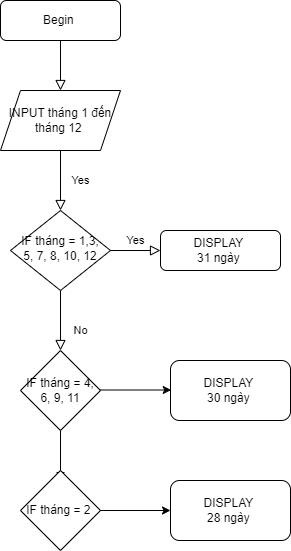
This is ss3_pseudocode/ss3_ex2.png from nnguyen710/C03, a draw.io export, as it was before one commit. Source tidied: cells renumbered, new cells last; positions are measured from the earlier drawing's top-left corner, leaving out a move shared by most shapes.
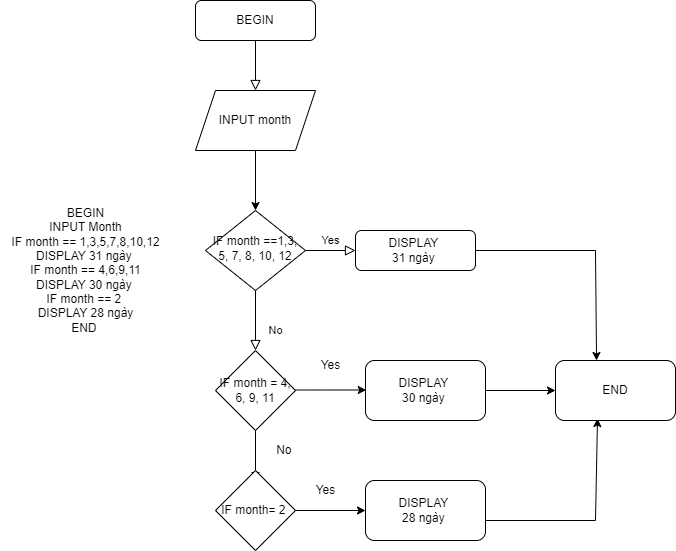
The same diagram one commit later.

Diff of the diagram source:
```diff
@@ -7,12 +7,9 @@
         <mxPoint x="60" y="90" as="targetPoint" />
       </mxGeometry>
     </mxCell>
-    <mxCell id="3" value="Begin&amp;nbsp;" style="rounded=1;whiteSpace=wrap;html=1;fontSize=12;glass=0;strokeWidth=1;shadow=0;" parent="1" vertex="1">
+    <mxCell id="3" value="BEGIN" style="rounded=1;whiteSpace=wrap;html=1;fontSize=12;glass=0;strokeWidth=1;shadow=0;" parent="1" vertex="1">
       <mxGeometry width="120" height="40" as="geometry" />
     </mxCell>
-    <mxCell id="4" value="Yes" style="rounded=0;html=1;jettySize=auto;fontSize=11;endArrow=block;endFill=0;endSize=8;strokeWidth=1;shadow=0;labelBackgroundColor=none;edgeStyle=orthogonalEdgeStyle;exitX=0.5;exitY=1;exitDx=0;exitDy=0;" parent="1" edge="1" source="9" target="7">
-      <mxGeometry y="20" relative="1" as="geometry" />
-    </mxCell>
     <mxCell id="5" value="No" style="rounded=0;html=1;jettySize=auto;fontSize=11;endArrow=block;endFill=0;endSize=8;strokeWidth=1;shadow=0;labelBackgroundColor=none;edgeStyle=orthogonalEdgeStyle;" parent="1" edge="1" source="7">
       <mxGeometry x="0.33" y="20" relative="1" as="geometry">
         <mxPoint x="60" y="350" as="targetPoint" />
@@ -21,13 +18,13 @@
     <mxCell id="6" value="Yes" style="edgeStyle=orthogonalEdgeStyle;rounded=0;html=1;jettySize=auto;fontSize=11;endArrow=block;endFill=0;endSize=8;strokeWidth=1;shadow=0;labelBackgroundColor=none;" parent="1" edge="1" source="7" target="8">
       <mxGeometry y="10" relative="1" as="geometry" />
     </mxCell>
-    <mxCell id="7" value="IF tháng = 1,3, 5, 7, 8, 10, 12" style="rhombus;whiteSpace=wrap;html=1;shadow=0;fontFamily=Helvetica;fontSize=12;align=center;strokeWidth=1;spacing=6;spacingTop=-4;" parent="1" vertex="1">
+    <mxCell id="7" value="IF month ==1,3, 5, 7, 8, 10, 12" style="rhombus;whiteSpace=wrap;html=1;shadow=0;fontFamily=Helvetica;fontSize=12;align=center;strokeWidth=1;spacing=6;spacingTop=-4;" parent="1" vertex="1">
       <mxGeometry x="10" y="210" width="100" height="80" as="geometry" />
     </mxCell>
     <mxCell id="8" value="DISPLAY&amp;nbsp;&lt;br&gt;31 ngày&amp;nbsp;" style="rounded=1;whiteSpace=wrap;html=1;fontSize=12;glass=0;strokeWidth=1;shadow=0;" parent="1" vertex="1">
       <mxGeometry x="160" y="230" width="120" height="40" as="geometry" />
     </mxCell>
-    <mxCell id="9" value="INPUT tháng 1 đến tháng 12&amp;nbsp;" style="shape=parallelogram;perimeter=parallelogramPerimeter;whiteSpace=wrap;html=1;fixedSize=1;" parent="1" vertex="1">
+    <mxCell id="9" value="INPUT month" style="shape=parallelogram;perimeter=parallelogramPerimeter;whiteSpace=wrap;html=1;fixedSize=1;" parent="1" vertex="1">
       <mxGeometry y="90" width="120" height="60" as="geometry" />
     </mxCell>
     <mxCell id="10" style="endArrow=classic;html=1;rounded=0;" parent="1" edge="1">
@@ -39,7 +36,7 @@
     <mxCell id="11" value="DISPLAY&amp;nbsp;&lt;br&gt;30 ngày&amp;nbsp;" style="rounded=1;whiteSpace=wrap;html=1;" parent="1" vertex="1">
       <mxGeometry x="170" y="360" width="120" height="60" as="geometry" />
     </mxCell>
-    <mxCell id="12" value="IF tháng = 4, 6, 9, 11" style="rhombus;whiteSpace=wrap;html=1;" parent="1" vertex="1">
+    <mxCell id="12" value="IF month = 4, 6, 9, 11" style="rhombus;whiteSpace=wrap;html=1;" parent="1" vertex="1">
       <mxGeometry x="20" y="350" width="80" height="80" as="geometry" />
     </mxCell>
     <mxCell id="13" style="endArrow=classic;html=1;rounded=0;exitX=0.5;exitY=1;exitDx=0;exitDy=0;" parent="1" edge="1" source="12">
@@ -47,7 +44,7 @@
         <mxPoint x="60" y="480" as="targetPoint" />
       </mxGeometry>
     </mxCell>
-    <mxCell id="14" value="IF tháng = 2&amp;nbsp;" style="rhombus;whiteSpace=wrap;html=1;" parent="1" vertex="1">
+    <mxCell id="14" value="IF month= 2&amp;nbsp;" style="rhombus;whiteSpace=wrap;html=1;" parent="1" vertex="1">
       <mxGeometry x="20" y="470" width="80" height="80" as="geometry" />
     </mxCell>
     <mxCell id="15" style="endArrow=classic;html=1;rounded=0;exitX=1;exitY=0.5;exitDx=0;exitDy=0;" parent="1" edge="1" source="14">
@@ -58,5 +55,43 @@
     <mxCell id="16" value="DISPLAY&amp;nbsp;&lt;br&gt;28 ngày&amp;nbsp;" style="rounded=1;whiteSpace=wrap;html=1;" parent="1" vertex="1">
       <mxGeometry x="170" y="480" width="120" height="60" as="geometry" />
     </mxCell>
+    <mxCell id="17" value="BEGIN&lt;br&gt;INPUT Month&lt;br&gt;IF month == 1,3,5,7,8,10,12&lt;br&gt;DISPLAY 31 ngày&amp;nbsp;&lt;br&gt;IF month == 4,6,9,11&lt;br&gt;DISPLAY 30 ngày&amp;nbsp;&lt;br&gt;IF month == 2&amp;nbsp;&lt;br&gt;DISPLAY 28 ngày&lt;br&gt;END&amp;nbsp;" style="text;html=1;align=center;verticalAlign=middle;strokeColor=none;fillColor=none;" parent="1" vertex="1">
+      <mxGeometry x="-195" y="200" width="170" height="140" as="geometry" />
+    </mxCell>
+    <mxCell id="18" value="Yes" style="text;html=1;align=center;verticalAlign=middle;strokeColor=none;fillColor=none;" parent="1" vertex="1">
+      <mxGeometry x="115" y="350" width="40" height="30" as="geometry" />
+    </mxCell>
+    <mxCell id="19" value="No&amp;nbsp;" style="text;html=1;align=center;verticalAlign=middle;strokeColor=none;fillColor=none;" parent="1" vertex="1">
+      <mxGeometry x="70" y="435" width="40" height="30" as="geometry" />
+    </mxCell>
+    <mxCell id="20" value="Yes" style="text;html=1;align=center;verticalAlign=middle;strokeColor=none;fillColor=none;" parent="1" vertex="1">
+      <mxGeometry x="110" y="475" width="40" height="30" as="geometry" />
+    </mxCell>
+    <mxCell id="4" style="endArrow=classic;html=1;rounded=0;exitX=0.5;exitY=1;exitDx=0;exitDy=0;entryX=0.5;entryY=0;entryDx=0;entryDy=0;" parent="1" edge="1" source="9" target="7">
+      <mxGeometry relative="1" as="geometry" />
+    </mxCell>
+    <mxCell id="21" style="endArrow=classic;html=1;rounded=0;exitX=1;exitY=0.5;exitDx=0;exitDy=0;entryX=0.342;entryY=0;entryDx=0;entryDy=0;entryPerimeter=0;" parent="1" edge="1" source="8" target="24">
+      <mxGeometry relative="1" as="geometry">
+        <Array as="points">
+          <mxPoint x="400" y="250" />
+        </Array>
+      </mxGeometry>
+    </mxCell>
+    <mxCell id="22" style="endArrow=classic;html=1;rounded=0;exitX=1;exitY=0.5;exitDx=0;exitDy=0;" parent="1" edge="1" source="11">
+      <mxGeometry relative="1" as="geometry">
+        <mxPoint x="360" y="390" as="targetPoint" />
+      </mxGeometry>
+    </mxCell>
+    <mxCell id="23" style="endArrow=classic;html=1;rounded=0;entryX=0.35;entryY=0.967;entryDx=0;entryDy=0;entryPerimeter=0;" parent="1" edge="1" target="24">
+      <mxGeometry relative="1" as="geometry">
+        <mxPoint x="290" y="520" as="sourcePoint" />
+        <Array as="points">
+          <mxPoint x="400" y="520" />
+        </Array>
+      </mxGeometry>
+    </mxCell>
+    <mxCell id="24" value="END" style="rounded=1;whiteSpace=wrap;html=1;" parent="1" vertex="1">
+      <mxGeometry x="360" y="360" width="120" height="60" as="geometry" />
+    </mxCell>
   </root>
 </mxGraphModel>
```
